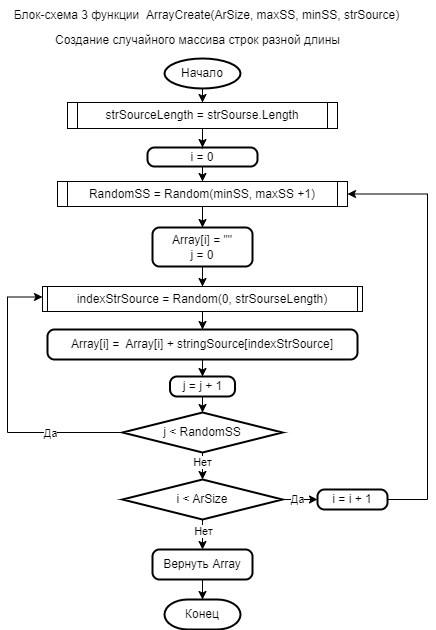
The draw.io diagram picture3.png in AslanAksir/test_on_the_main_block_Lesson1, before a commit. Source tidied: cells renumbered, new cells last; positions are measured from the earlier drawing's top-left corner, leaving out a move shared by most shapes.
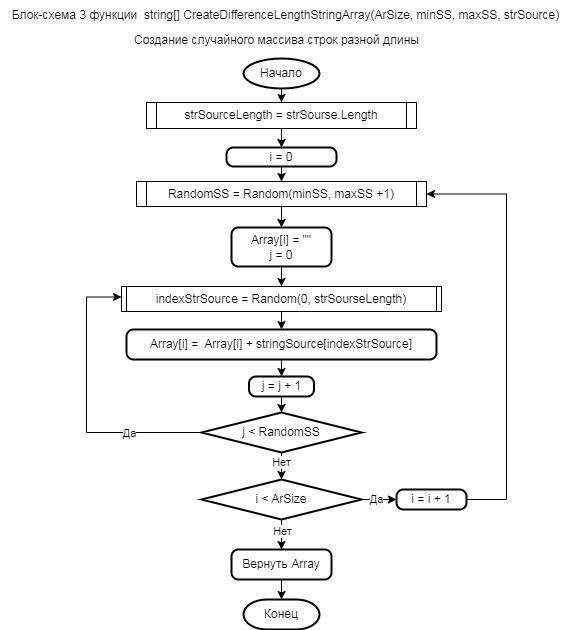
The same file after the commit.

Change to the diagram source:
```diff
@@ -109,8 +109,8 @@
     <mxCell id="32" value="indexStrSource = Random(0, strSourseLength)" style="shape=process;whiteSpace=wrap;html=1;backgroundOutline=1;size=0.015625;" parent="1" vertex="1">
       <mxGeometry x="41" y="286" width="320" height="25" as="geometry" />
     </mxCell>
-    <mxCell id="33" value="Блок-схема 3 функции&amp;nbsp;&amp;nbsp;ArrayCreate(ArSize, maxSS, minSS, strSource)" style="text;html=1;align=center;verticalAlign=middle;strokeColor=none;fillColor=none;" parent="1" vertex="1">
-      <mxGeometry width="410" height="30" as="geometry" />
+    <mxCell id="33" value="Блок-схема 3 функции&amp;nbsp;&amp;nbsp;string[] CreateDifferenceLengthStringArray(ArSize, minSS, maxSS, strSource)" style="text;html=1;align=center;verticalAlign=middle;strokeColor=none;fillColor=none;" parent="1" vertex="1">
+      <mxGeometry x="-80" width="570" height="30" as="geometry" />
     </mxCell>
     <mxCell id="34" value="Создание случайного массива строк разной длины" style="text;html=1;align=center;verticalAlign=middle;strokeColor=none;fillColor=none;" parent="1" vertex="1">
       <mxGeometry x="41" y="25" width="310" height="30" as="geometry" />
```
